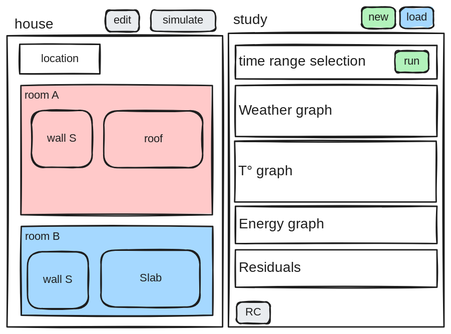
Earlier version of the Excalidraw export thermalnodes/screenshots/wireframe.excalidraw.svg (xdze2/minimal_home_assistant). Source tidied: one line per element, renumbered; positions are measured from the earlier drawing's top-left corner, leaving out a move shared by most shapes.
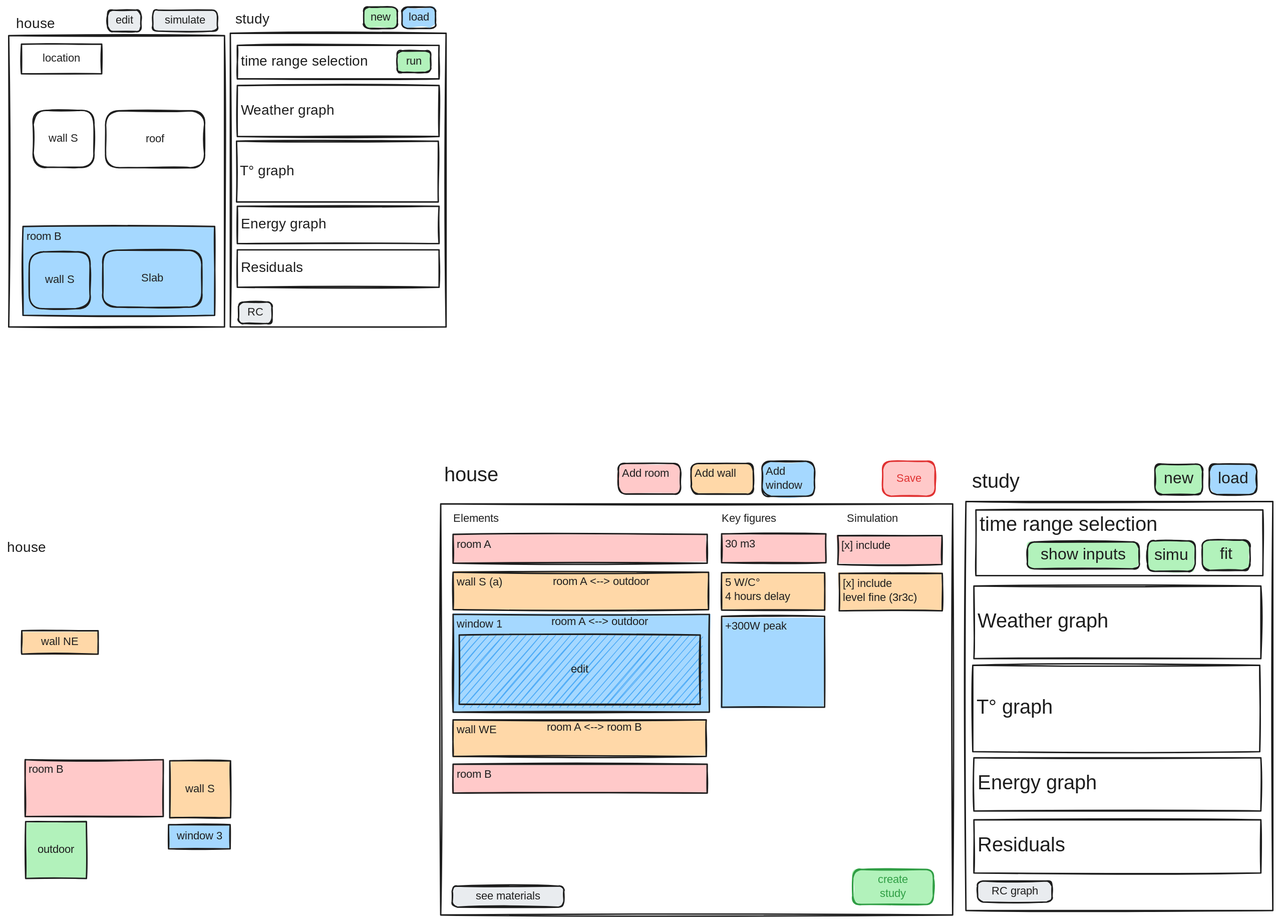
Later version of the same file.

Change to the diagram source:
```diff
@@ -1,3 +1,5 @@
+{"id": 40, "type": "rectangle", "strokeColor": "#1e1e1e", "backgroundColor": "#ffd8a8", "fillStyle": "solid", "strokeWidth": 2, "roughness": 1, "x": 634, "y": 1017, "width": 361, "height": 52}
+{"id": 41, "type": "text", "text": "wall WE", "strokeColor": "#1e1e1e", "strokeWidth": 2, "roughness": 1, "fontSize": 16, "fontFamily": 8, "inside": 40, "x": 639, "y": 1022, "width": 62, "height": 20}
 {"id": 0, "type": "rectangle", "strokeColor": "#1e1e1e", "strokeWidth": 2, "roughness": 1, "x": 0, "y": 41, "width": 308, "height": 416}
 {"id": 1, "type": "rectangle", "strokeColor": "#1e1e1e", "strokeWidth": 2, "roughness": 1, "x": 316, "y": 38, "width": 308, "height": 419}
 {"id": 2, "type": "rectangle", "strokeColor": "#1e1e1e", "strokeWidth": 2, "roughness": 1, "x": 326, "y": 55, "width": 288, "height": 48}
@@ -18,8 +20,8 @@
 {"id": 17, "type": "text", "text": "house", "strokeColor": "#1e1e1e", "strokeWidth": 2, "roughness": 1, "fontSize": 20, "fontFamily": 8, "x": 11, "y": 13, "width": 55, "height": 25}
 {"id": 18, "type": "rectangle", "strokeColor": "#1e1e1e", "strokeWidth": 2, "roughness": 1, "x": 18, "y": 53, "width": 114, "height": 42}
 {"id": 19, "type": "text", "text": "location", "strokeColor": "#1e1e1e", "backgroundColor": "#b2f2bb", "fillStyle": "solid", "strokeWidth": 2, "roughness": 1, "fontSize": 16, "fontFamily": 8, "textAlign": "center", "verticalAlign": "middle", "inside": 18, "x": 40, "y": 64, "width": 70, "height": 20}
-{"id": 20, "type": "rectangle", "strokeColor": "#1e1e1e", "backgroundColor": "#ffc9c9", "fillStyle": "solid", "strokeWidth": 2, "roughness": 1, "x": 20, "y": 112, "width": 273, "height": 184}
+{"id": 20, "type": "rectangle", "strokeColor": "#1e1e1e", "backgroundColor": "#ffc9c9", "fillStyle": "solid", "strokeWidth": 2, "roughness": 1, "x": 634, "y": 752, "width": 362, "height": 41}
-{"id": 21, "type": "text", "text": "room A", "strokeColor": "#1e1e1e", "backgroundColor": "#b2f2bb", "fillStyle": "solid", "strokeWidth": 2, "roughness": 1, "fontSize": 16, "fontFamily": 8, "inside": 20, "x": 25, "y": 117, "width": 53, "height": 20}
+{"id": 21, "type": "text", "text": "room A", "strokeColor": "#1e1e1e", "backgroundColor": "#b2f2bb", "fillStyle": "solid", "strokeWidth": 2, "roughness": 1, "fontSize": 16, "fontFamily": 8, "inside": 20, "x": 639, "y": 757, "width": 53, "height": 20}
 {"id": 22, "type": "rectangle", "strokeColor": "#1e1e1e", "backgroundColor": "#a5d8ff", "fillStyle": "solid", "strokeWidth": 2, "roughness": 1, "x": 20, "y": 313, "width": 273, "height": 127}
 {"id": 23, "type": "text", "text": "room B", "strokeColor": "#1e1e1e", "backgroundColor": "#b2f2bb", "fillStyle": "solid", "strokeWidth": 2, "roughness": 1, "fontSize": 16, "fontFamily": 8, "inside": 22, "x": 25, "y": 318, "width": 53, "height": 20}
 {"id": 24, "type": "rectangle", "strokeColor": "#1e1e1e", "strokeWidth": 2, "roughness": 1, "round": true, "x": 35, "y": 148, "width": 87, "height": 81}
@@ -38,3 +40,76 @@
 {"id": 37, "type": "text", "text": "edit", "strokeColor": "#1e1e1e", "strokeWidth": 2, "roughness": 1, "fontSize": 16, "fontFamily": 8, "textAlign": "center", "verticalAlign": "middle", "inside": 36, "x": 147, "y": 10, "width": 35, "height": 20}
 {"id": 38, "type": "rectangle", "strokeColor": "#1e1e1e", "backgroundColor": "#e9ecef", "fillStyle": "solid", "strokeWidth": 2, "roughness": 1, "round": true, "x": 205, "y": 4, "width": 92, "height": 30}
 {"id": 39, "type": "text", "text": "simulate", "strokeColor": "#1e1e1e", "strokeWidth": 2, "roughness": 1, "fontSize": 16, "fontFamily": 8, "textAlign": "center", "verticalAlign": "middle", "inside": 38, "x": 216, "y": 9, "width": 70, "height": 20}
+{"id": 42, "type": "rectangle", "strokeColor": "#1e1e1e", "strokeWidth": 2, "roughness": 1, "x": 616, "y": 709, "width": 730, "height": 586}
+{"id": 43, "type": "text", "text": "house", "strokeColor": "#1e1e1e", "strokeWidth": 2, "roughness": 1, "fontSize": 20, "fontFamily": 8, "x": -2, "y": 760, "width": 55, "height": 25}
+{"id": 44, "type": "rectangle", "strokeColor": "#1e1e1e", "backgroundColor": "#ffd8a8", "fillStyle": "solid", "strokeWidth": 2, "roughness": 1, "x": 634, "y": 806, "width": 364, "height": 53}
+{"id": 45, "type": "text", "text": "wall S (a)", "strokeColor": "#1e1e1e", "strokeWidth": 2, "roughness": 1, "fontSize": 16, "fontFamily": 8, "inside": 44, "x": 639, "y": 811, "width": 88, "height": 20}
+{"id": 46, "type": "rectangle", "strokeColor": "#1e1e1e", "backgroundColor": "#ffc9c9", "fillStyle": "solid", "strokeWidth": 2, "roughness": 1, "x": 23, "y": 1074, "width": 197, "height": 81}
+{"id": 47, "type": "text", "text": "room B", "strokeColor": "#1e1e1e", "backgroundColor": "#b2f2bb", "fillStyle": "solid", "strokeWidth": 2, "roughness": 1, "fontSize": 16, "fontFamily": 8, "inside": 46, "x": 28, "y": 1079, "width": 53, "height": 20}
+{"id": 48, "type": "rectangle", "strokeColor": "#1e1e1e", "backgroundColor": "#ffd8a8", "fillStyle": "solid", "strokeWidth": 2, "roughness": 1, "x": 19, "y": 890, "width": 109, "height": 33}
+{"id": 49, "type": "text", "text": "wall NE", "strokeColor": "#1e1e1e", "strokeWidth": 2, "roughness": 1, "fontSize": 16, "fontFamily": 8, "textAlign": "center", "verticalAlign": "middle", "inside": 48, "x": 42, "y": 896, "width": 62, "height": 20}
+{"id": 50, "type": "rectangle", "strokeColor": "#1e1e1e", "backgroundColor": "#a5d8ff", "fillStyle": "solid", "strokeWidth": 2, "roughness": 1, "x": 634, "y": 866, "width": 366, "height": 140}
+{"id": 51, "type": "text", "text": "window 1", "strokeColor": "#1e1e1e", "strokeWidth": 2, "roughness": 1, "fontSize": 16, "fontFamily": 8, "inside": 50, "x": 639, "y": 871, "width": 70, "height": 20}
+{"id": 52, "type": "rectangle", "strokeColor": "#1e1e1e", "backgroundColor": "#ffd8a8", "fillStyle": "solid", "strokeWidth": 2, "roughness": 1, "x": 230, "y": 1075, "width": 87, "height": 81}
+{"id": 53, "type": "text", "text": "wall S", "strokeColor": "#1e1e1e", "strokeWidth": 2, "roughness": 1, "fontSize": 16, "fontFamily": 8, "textAlign": "center", "verticalAlign": "middle", "inside": 52, "x": 247, "y": 1106, "width": 53, "height": 20}
+{"id": 54, "type": "rectangle", "strokeColor": "#1e1e1e", "backgroundColor": "#b2f2bb", "fillStyle": "solid", "strokeWidth": 2, "roughness": 1, "x": 24, "y": 1162, "width": 87, "height": 81}
+{"id": 55, "type": "text", "text": "outdoor", "strokeColor": "#1e1e1e", "strokeWidth": 2, "roughness": 1, "fontSize": 16, "fontFamily": 8, "textAlign": "center", "verticalAlign": "middle", "inside": 54, "x": 37, "y": 1193, "width": 62, "height": 20}
+{"id": 56, "type": "rectangle", "strokeColor": "#1e1e1e", "backgroundColor": "#a5d8ff", "fillStyle": "solid", "strokeWidth": 2, "roughness": 1, "x": 228, "y": 1166, "width": 88, "height": 34}
+{"id": 57, "type": "text", "text": "window 3", "strokeColor": "#1e1e1e", "strokeWidth": 2, "roughness": 1, "fontSize": 16, "fontFamily": 8, "textAlign": "center", "verticalAlign": "middle", "inside": 56, "x": 237, "y": 1174, "width": 70, "height": 20}
+{"id": 58, "type": "rectangle", "strokeColor": "#1e1e1e", "backgroundColor": "#ffc9c9", "fillStyle": "solid", "strokeWidth": 2, "roughness": 1, "x": 634, "y": 1080, "width": 362, "height": 41}
+{"id": 59, "type": "text", "text": "room B", "strokeColor": "#1e1e1e", "backgroundColor": "#b2f2bb", "fillStyle": "solid", "strokeWidth": 2, "roughness": 1, "fontSize": 16, "fontFamily": 8, "inside": 58, "x": 639, "y": 1085, "width": 53, "height": 20}
+{"id": 60, "type": "rectangle", "strokeColor": "#1e1e1e", "backgroundColor": "#ffd8a8", "fillStyle": "solid", "strokeWidth": 2, "roughness": 1, "x": 1017, "y": 807, "width": 147, "height": 53}
+{"id": 61, "type": "text", "text": "5 W/C°\n4 hours delay", "strokeColor": "#1e1e1e", "strokeWidth": 2, "roughness": 1, "fontSize": 16, "fontFamily": 8, "inside": 60, "x": 1022, "y": 812, "width": 114, "height": 40}
+{"id": 62, "type": "rectangle", "strokeColor": "#1e1e1e", "backgroundColor": "#ffd8a8", "fillStyle": "solid", "strokeWidth": 2, "roughness": 1, "x": 1185, "y": 808, "width": 147, "height": 53}
+{"id": 63, "type": "text", "text": "[x] include\nlevel fine (3r3c)", "strokeColor": "#1e1e1e", "strokeWidth": 2, "roughness": 1, "fontSize": 16, "fontFamily": 5, "inside": 62, "x": 1190, "y": 813, "width": 122, "height": 40}
+{"id": 64, "type": "rectangle", "strokeColor": "#1e1e1e", "backgroundColor": "#ffc9c9", "fillStyle": "solid", "strokeWidth": 2, "roughness": 1, "x": 1017, "y": 752, "width": 149, "height": 41}
+{"id": 65, "type": "text", "text": "30 m3", "strokeColor": "#1e1e1e", "backgroundColor": "#b2f2bb", "fillStyle": "solid", "strokeWidth": 2, "roughness": 1, "fontSize": 16, "fontFamily": 8, "inside": 64, "x": 1022, "y": 757, "width": 44, "height": 20}
+{"id": 66, "type": "rectangle", "strokeColor": "#1e1e1e", "backgroundColor": "#a5d8ff", "fillStyle": "solid", "strokeWidth": 2, "roughness": 1, "x": 1017, "y": 869, "width": 147, "height": 130}
+{"id": 67, "type": "text", "text": "+300W peak", "strokeColor": "#1e1e1e", "strokeWidth": 2, "roughness": 1, "fontSize": 16, "fontFamily": 8, "inside": 66, "x": 1022, "y": 874, "width": 88, "height": 20}
+{"id": 68, "type": "rectangle", "strokeColor": "#1e1e1e", "backgroundColor": "#4dabf7", "fillStyle": "hachure", "strokeWidth": 2, "roughness": 1, "x": 643, "y": 896, "width": 344, "height": 99}
+{"id": 69, "type": "text", "text": "edit", "strokeColor": "#1e1e1e", "backgroundColor": "#a5d8ff", "fillStyle": "hachure", "strokeWidth": 2, "roughness": 1, "fontSize": 16, "fontFamily": 8, "textAlign": "center", "verticalAlign": "middle", "inside": 68, "x": 797, "y": 935, "width": 35, "height": 20}
+{"id": 70, "type": "text", "text": "Simulation", "strokeColor": "#1e1e1e", "backgroundColor": "#4dabf7", "fillStyle": "hachure", "strokeWidth": 2, "roughness": 1, "fontSize": 16, "fontFamily": 5, "x": 1196, "y": 720, "width": 77, "height": 20}
+{"id": 71, "type": "text", "text": "Key figures", "strokeColor": "#1e1e1e", "backgroundColor": "#4dabf7", "fillStyle": "hachure", "strokeWidth": 2, "roughness": 1, "fontSize": 16, "fontFamily": 8, "x": 1017, "y": 720, "width": 97, "height": 20}
+{"id": 72, "type": "text", "text": "Elements", "strokeColor": "#1e1e1e", "backgroundColor": "#4dabf7", "fillStyle": "hachure", "strokeWidth": 2, "roughness": 1, "fontSize": 16, "fontFamily": 8, "x": 634, "y": 720, "width": 70, "height": 20}
+{"id": 73, "type": "text", "text": "room A <--> outdoor", "strokeColor": "#1e1e1e", "backgroundColor": "#4dabf7", "fillStyle": "hachure", "strokeWidth": 2, "roughness": 1, "fontSize": 16, "fontFamily": 5, "textAlign": "center", "verticalAlign": "middle", "x": 765, "y": 810, "width": 160, "height": 20}
+{"id": 74, "type": "text", "text": "room A <--> room B", "strokeColor": "#1e1e1e", "backgroundColor": "#4dabf7", "fillStyle": "hachure", "strokeWidth": 2, "roughness": 1, "fontSize": 16, "fontFamily": 5, "textAlign": "center", "verticalAlign": "middle", "x": 760, "y": 1018, "width": 152, "height": 20}
+{"id": 75, "type": "text", "text": "room A <--> outdoor", "strokeColor": "#1e1e1e", "backgroundColor": "#4dabf7", "fillStyle": "hachure", "strokeWidth": 2, "roughness": 1, "fontSize": 16, "fontFamily": 5, "textAlign": "center", "verticalAlign": "middle", "x": 763, "y": 867, "width": 160, "height": 20}
+{"id": 76, "type": "rectangle", "strokeColor": "#1e1e1e", "backgroundColor": "#ffc9c9", "fillStyle": "solid", "strokeWidth": 2, "roughness": 1, "x": 1183, "y": 754, "width": 149, "height": 41}
+{"id": 77, "type": "text", "text": "[x] include", "strokeColor": "#1e1e1e", "backgroundColor": "#b2f2bb", "fillStyle": "solid", "strokeWidth": 2, "roughness": 1, "fontSize": 16, "fontFamily": 8, "inside": 76, "x": 1188, "y": 759, "width": 97, "height": 20}
+{"id": 78, "type": "rectangle", "strokeColor": "#1e1e1e", "backgroundColor": "#ffc9c9", "fillStyle": "solid", "strokeWidth": 2, "roughness": 1, "round": true, "x": 870, "y": 651, "width": 89, "height": 44}
+{"id": 79, "type": "text", "text": "Add room", "strokeColor": "#1e1e1e", "backgroundColor": "#b2f2bb", "fillStyle": "solid", "strokeWidth": 2, "roughness": 1, "fontSize": 16, "fontFamily": 8, "inside": 78, "x": 875, "y": 656, "width": 70, "height": 20}
+{"id": 80, "type": "rectangle", "strokeColor": "#1e1e1e", "backgroundColor": "#ffd8a8", "fillStyle": "solid", "strokeWidth": 2, "roughness": 1, "round": true, "x": 973, "y": 651, "width": 89, "height": 44}
+{"id": 81, "type": "text", "text": "Add wall", "strokeColor": "#1e1e1e", "backgroundColor": "#b2f2bb", "fillStyle": "solid", "strokeWidth": 2, "roughness": 1, "fontSize": 16, "fontFamily": 8, "inside": 80, "x": 978, "y": 656, "width": 70, "height": 20}
+{"id": 82, "type": "rectangle", "strokeColor": "#1e1e1e", "backgroundColor": "#a5d8ff", "fillStyle": "solid", "strokeWidth": 2, "roughness": 1, "round": true, "x": 1075, "y": 648, "width": 75, "height": 50}
+{"id": 83, "type": "text", "text": "Add\nwindow", "strokeColor": "#1e1e1e", "backgroundColor": "#b2f2bb", "fillStyle": "solid", "strokeWidth": 2, "roughness": 1, "fontSize": 16, "fontFamily": 8, "inside": 82, "x": 1080, "y": 653, "width": 53, "height": 40}
+{"id": 84, "type": "rectangle", "strokeColor": "#e03131", "backgroundColor": "#ffc9c9", "fillStyle": "solid", "strokeWidth": 2, "roughness": 1, "round": true, "x": 1247, "y": 648, "width": 75, "height": 50}
+{"id": 85, "type": "text", "text": "Save", "strokeColor": "#e03131", "backgroundColor": "#b2f2bb", "fillStyle": "solid", "strokeWidth": 2, "roughness": 1, "fontSize": 16, "fontFamily": 8, "textAlign": "center", "verticalAlign": "middle", "inside": 84, "x": 1266, "y": 663, "width": 35, "height": 20}
+{"id": 86, "type": "rectangle", "strokeColor": "#2f9e44", "backgroundColor": "#b2f2bb", "fillStyle": "solid", "strokeWidth": 2, "roughness": 1, "round": true, "x": 1204, "y": 1230, "width": 115, "height": 50}
+{"id": 87, "type": "text", "text": "create\nstudy", "strokeColor": "#2f9e44", "backgroundColor": "#b2f2bb", "fillStyle": "solid", "strokeWidth": 2, "roughness": 1, "fontSize": 16, "fontFamily": 8, "textAlign": "center", "verticalAlign": "middle", "inside": 86, "x": 1235, "y": 1235, "width": 53, "height": 40}
+{"id": 88, "type": "rectangle", "strokeColor": "#1e1e1e", "strokeWidth": 2, "roughness": 1, "x": 1365, "y": 705, "width": 438, "height": 583}
+{"id": 89, "type": "rectangle", "strokeColor": "#1e1e1e", "strokeWidth": 2, "roughness": 1, "x": 1380, "y": 717, "width": 409, "height": 94}
+{"id": 90, "type": "text", "text": "time range selection", "strokeColor": "#1e1e1e", "strokeWidth": 2, "roughness": 1, "fontSize": 28.45, "fontFamily": 8, "inside": 89, "x": 1385, "y": 722, "width": 313, "height": 36}
+{"id": 91, "type": "rectangle", "strokeColor": "#1e1e1e", "strokeWidth": 2, "roughness": 1, "x": 1375, "y": 939, "width": 409, "height": 123}
+{"id": 92, "type": "text", "text": "T° graph", "strokeColor": "#1e1e1e", "strokeWidth": 2, "roughness": 1, "fontSize": 28.45, "fontFamily": 8, "verticalAlign": "middle", "inside": 91, "x": 1380, "y": 983, "width": 125, "height": 36}
+{"id": 93, "type": "rectangle", "strokeColor": "#1e1e1e", "strokeWidth": 2, "roughness": 1, "x": 1377, "y": 826, "width": 409, "height": 104}
+{"id": 94, "type": "text", "text": "Weather graph", "strokeColor": "#1e1e1e", "strokeWidth": 2, "roughness": 1, "fontSize": 28.45, "fontFamily": 8, "verticalAlign": "middle", "inside": 93, "x": 1382, "y": 860, "width": 203, "height": 36}
+{"id": 95, "type": "rectangle", "strokeColor": "#1e1e1e", "strokeWidth": 2, "roughness": 1, "x": 1377, "y": 1071, "width": 409, "height": 76}
+{"id": 96, "type": "text", "text": "Energy graph", "strokeColor": "#1e1e1e", "strokeWidth": 2, "roughness": 1, "fontSize": 28.45, "fontFamily": 8, "verticalAlign": "middle", "inside": 95, "x": 1382, "y": 1091, "width": 188, "height": 36}
+{"id": 97, "type": "rectangle", "strokeColor": "#1e1e1e", "strokeWidth": 2, "roughness": 1, "x": 1377, "y": 1159, "width": 409, "height": 76}
+{"id": 98, "type": "text", "text": "Residuals", "strokeColor": "#1e1e1e", "strokeWidth": 2, "roughness": 1, "fontSize": 28.45, "fontFamily": 8, "verticalAlign": "middle", "inside": 97, "x": 1382, "y": 1180, "width": 141, "height": 36}
+{"id": 99, "type": "text", "text": "study", "strokeColor": "#1e1e1e", "strokeWidth": 2, "roughness": 1, "fontSize": 28.45, "fontFamily": 8, "x": 1374, "y": 661, "width": 78, "height": 36}
+{"id": 100, "type": "rectangle", "strokeColor": "#1e1e1e", "backgroundColor": "#e9ecef", "fillStyle": "solid", "strokeWidth": 2, "roughness": 1, "round": true, "x": 1382, "y": 1247, "width": 106, "height": 30}
+{"id": 101, "type": "text", "text": "RC graph", "strokeColor": "#1e1e1e", "strokeWidth": 2, "roughness": 1, "fontSize": 16, "fontFamily": 8, "textAlign": "center", "verticalAlign": "middle", "inside": 100, "x": 1400, "y": 1252, "width": 70, "height": 20}
+{"id": 102, "type": "rectangle", "strokeColor": "#1e1e1e", "backgroundColor": "#b2f2bb", "fillStyle": "solid", "strokeWidth": 2, "roughness": 1, "round": true, "x": 1703, "y": 760, "width": 68, "height": 43}
+{"id": 103, "type": "text", "text": "fit", "strokeColor": "#1e1e1e", "strokeWidth": 2, "roughness": 1, "fontSize": 22.76, "fontFamily": 8, "textAlign": "center", "verticalAlign": "middle", "inside": 102, "x": 1718, "y": 768, "width": 38, "height": 28}
+{"id": 104, "type": "rectangle", "strokeColor": "#1e1e1e", "backgroundColor": "#b2f2bb", "fillStyle": "solid", "strokeWidth": 2, "roughness": 1, "round": true, "x": 1635, "y": 652, "width": 68, "height": 43}
+{"id": 105, "type": "text", "text": "new", "strokeColor": "#1e1e1e", "strokeWidth": 2, "roughness": 1, "fontSize": 22.76, "fontFamily": 8, "textAlign": "center", "verticalAlign": "middle", "inside": 104, "x": 1650, "y": 660, "width": 38, "height": 28}
+{"id": 106, "type": "rectangle", "strokeColor": "#1e1e1e", "backgroundColor": "#a5d8ff", "fillStyle": "solid", "strokeWidth": 2, "roughness": 1, "round": true, "x": 1713, "y": 652, "width": 68, "height": 43}
+{"id": 107, "type": "text", "text": "load", "strokeColor": "#1e1e1e", "strokeWidth": 2, "roughness": 1, "fontSize": 22.76, "fontFamily": 8, "textAlign": "center", "verticalAlign": "middle", "inside": 106, "x": 1721, "y": 660, "width": 50, "height": 28}
+{"id": 108, "type": "text", "text": "house", "strokeColor": "#1e1e1e", "strokeWidth": 2, "roughness": 1, "fontSize": 28.45, "fontFamily": 8, "x": 621, "y": 652, "width": 78, "height": 36}
+{"id": 109, "type": "rectangle", "strokeColor": "#1e1e1e", "backgroundColor": "#e9ecef", "fillStyle": "solid", "strokeWidth": 2, "roughness": 1, "round": true, "x": 633, "y": 1254, "width": 159, "height": 30}
+{"id": 110, "type": "text", "text": "see materials", "strokeColor": "#1e1e1e", "strokeWidth": 2, "roughness": 1, "fontSize": 16, "fontFamily": 8, "textAlign": "center", "verticalAlign": "middle", "inside": 109, "x": 655, "y": 1259, "width": 114, "height": 20}
+{"id": 111, "type": "rectangle", "strokeColor": "#1e1e1e", "backgroundColor": "#b2f2bb", "fillStyle": "solid", "strokeWidth": 2, "roughness": 1, "round": true, "x": 1625, "y": 762, "width": 68, "height": 43}
+{"id": 112, "type": "text", "text": "simu", "strokeColor": "#1e1e1e", "strokeWidth": 2, "roughness": 1, "fontSize": 22.76, "fontFamily": 8, "textAlign": "center", "verticalAlign": "middle", "inside": 111, "x": 1634, "y": 769, "width": 50, "height": 28}
+{"id": 113, "type": "rectangle", "strokeColor": "#1e1e1e", "backgroundColor": "#b2f2bb", "fillStyle": "solid", "strokeWidth": 2, "roughness": 1, "round": true, "x": 1453, "y": 763, "width": 159, "height": 38}
+{"id": 114, "type": "text", "text": "show inputs", "strokeColor": "#1e1e1e", "strokeWidth": 2, "roughness": 1, "fontSize": 22.76, "fontFamily": 8, "textAlign": "center", "verticalAlign": "middle", "inside": 113, "x": 1464, "y": 768, "width": 138, "height": 28}
```
